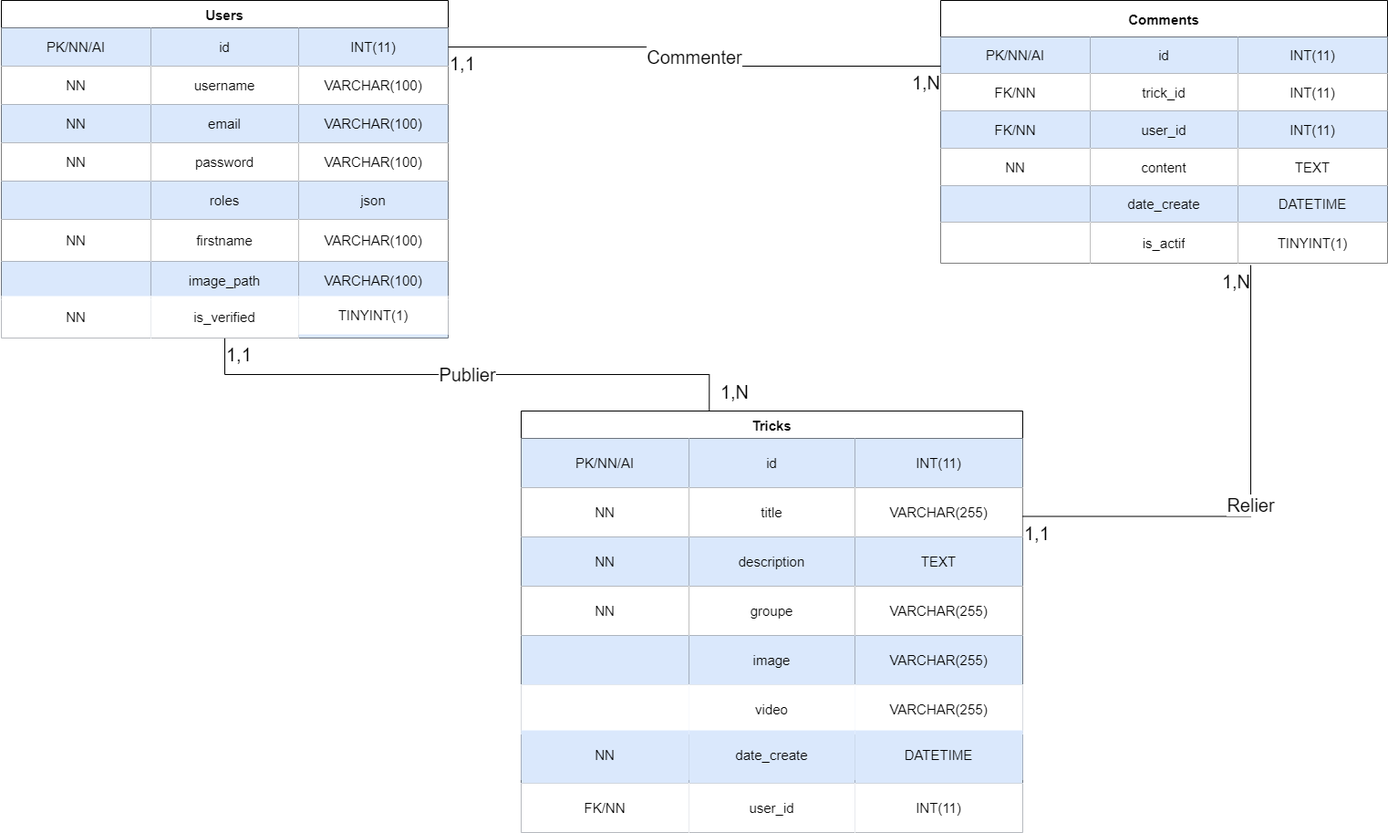
The draw.io diagram Snowtrick/Diagrammes UML p6/BDD/Mcd.drawio.png in Simon-git26/Snowtricks_Simon_Balleux_Pruvost, before a commit. Source tidied: cells renumbered, new cells last; positions are measured from the earlier drawing's top-left corner, leaving out a move shared by most shapes.
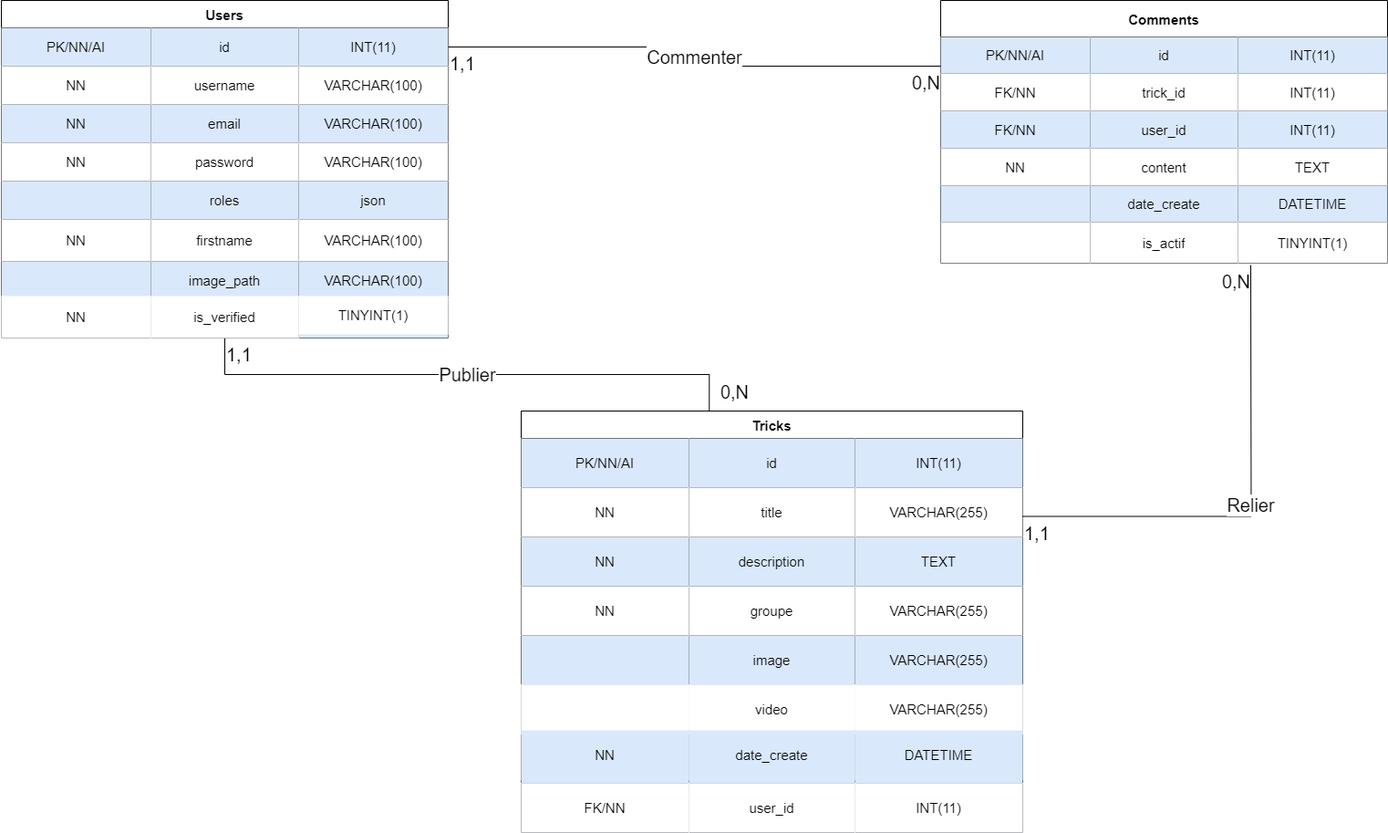
After the commit.

Commit message:
Modification du MCD UML

Diff of the diagram source:
```diff
@@ -281,7 +281,7 @@
     <mxCell id="94" value="1,1" style="edgeLabel;html=1;align=left;verticalAlign=top;strokeColor=#FFFFFF;strokeWidth=4;fontSize=20;fillColor=#FFFFFF;" parent="93" vertex="1">
       <mxGeometry x="-1" relative="1" as="geometry" />
     </mxCell>
-    <mxCell id="95" value="1,N" style="edgeLabel;html=1;align=right;verticalAlign=top;strokeColor=#FFFFFF;strokeWidth=4;fontSize=20;fillColor=#FFFFFF;" parent="93" vertex="1">
+    <mxCell id="95" value="0,N" style="edgeLabel;html=1;align=right;verticalAlign=top;strokeColor=#FFFFFF;strokeWidth=4;fontSize=20;fillColor=#FFFFFF;" parent="93" vertex="1">
       <mxGeometry x="1" relative="1" as="geometry" />
     </mxCell>
     <mxCell id="96" value="&lt;font style=&quot;font-size: 20px;&quot;&gt;Relier&lt;/font&gt;" style="endArrow=none;html=1;endSize=12;startArrow=none;startSize=14;startFill=0;edgeStyle=orthogonalEdgeStyle;rounded=0;fontSize=15;endFill=0;exitX=1;exitY=0.25;exitDx=0;exitDy=0;" parent="1" edge="1" source="35">
@@ -292,7 +292,7 @@
     <mxCell id="97" value="1,1" style="edgeLabel;html=1;align=left;verticalAlign=top;strokeColor=#FFFFFF;strokeWidth=4;fontSize=20;fillColor=#FFFFFF;" parent="96" vertex="1">
       <mxGeometry x="-1" relative="1" as="geometry" />
     </mxCell>
-    <mxCell id="98" value="1,N" style="edgeLabel;html=1;align=right;verticalAlign=top;strokeColor=#FFFFFF;strokeWidth=4;fontSize=20;fillColor=#FFFFFF;" parent="96" vertex="1">
+    <mxCell id="98" value="0,N" style="edgeLabel;html=1;align=right;verticalAlign=top;strokeColor=#FFFFFF;strokeWidth=4;fontSize=20;fillColor=#FFFFFF;" parent="96" vertex="1">
       <mxGeometry x="1" relative="1" as="geometry" />
     </mxCell>
     <mxCell id="99" value="&lt;span style=&quot;font-size: 20px;&quot;&gt;Publier&lt;/span&gt;" style="endArrow=none;html=1;endSize=12;startArrow=none;startSize=14;startFill=0;edgeStyle=orthogonalEdgeStyle;rounded=0;fontSize=15;entryX=0.375;entryY=0;entryDx=0;entryDy=0;endFill=0;exitX=0.5;exitY=1;exitDx=0;exitDy=0;entryPerimeter=0;" parent="1" edge="1" source="2" target="35">
@@ -301,7 +301,7 @@
     <mxCell id="100" value="1,1" style="edgeLabel;html=1;align=left;verticalAlign=top;strokeColor=#FFFFFF;strokeWidth=4;fontSize=20;fillColor=#FFFFFF;" parent="99" vertex="1">
       <mxGeometry x="-1" relative="1" as="geometry" />
     </mxCell>
-    <mxCell id="101" value="1,N" style="edgeLabel;html=1;align=right;verticalAlign=top;strokeColor=#FFFFFF;strokeWidth=4;fontSize=20;fillColor=#FFFFFF;direction=south;" parent="99" vertex="1">
+    <mxCell id="101" value="0,N" style="edgeLabel;html=1;align=right;verticalAlign=top;strokeColor=#FFFFFF;strokeWidth=4;fontSize=20;fillColor=#FFFFFF;direction=south;" parent="99" vertex="1">
       <mxGeometry x="1" relative="1" as="geometry">
         <mxPoint x="44" y="-39" as="offset" />
       </mxGeometry>
```
